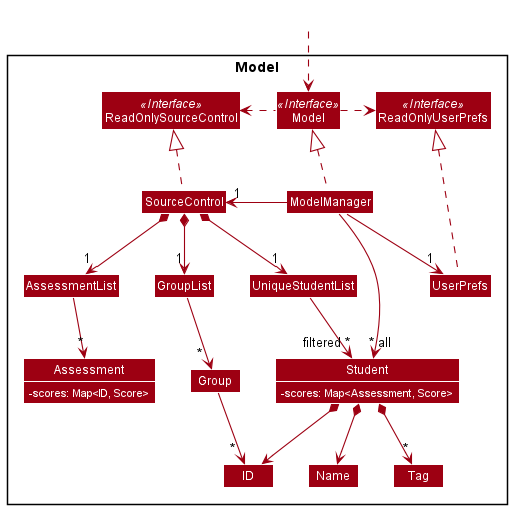
nus-cs2103-AY2122S1/tp keeps this PlantUML diagram as docs/images/ModelClassDiagram.png. Above is the earlier version.
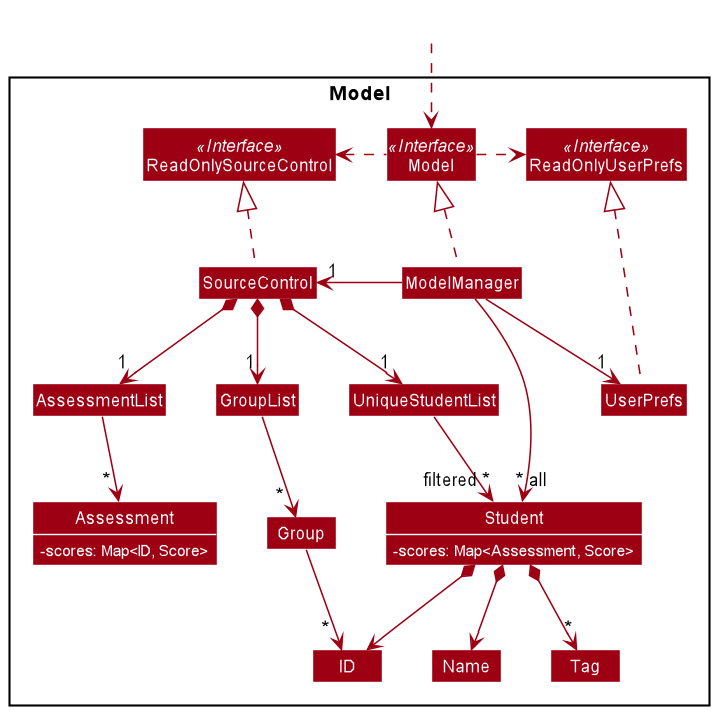
Above is the later version.

Commit message:
Fix multiplicity symbol being blocked

The edit, as a diff of the source:
```diff
@@ -57,7 +57,7 @@
 GroupList --> "\t~*" Group
 Group --> "\t*" ID
 
-AssessmentList --> "~*" Assessment
+AssessmentList --> "~* " Assessment
 
 Name -[hidden]right-> ID
 
```
